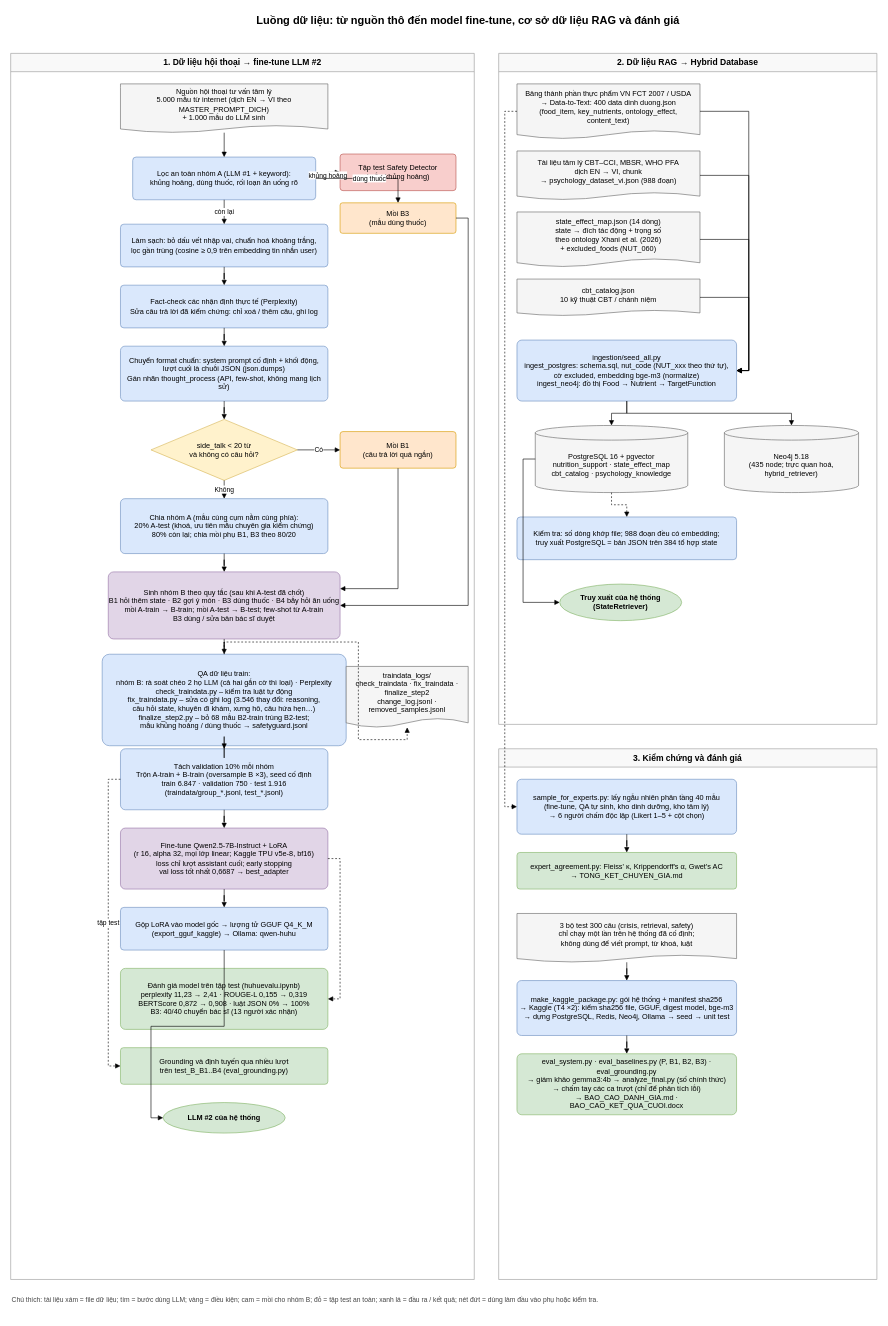
Thormia/modelHehe keeps this draw.io diagram as flowchart_du_lieu.drawio. Above is the earlier version. Source tidied: cells renumbered, new cells numbered last; positions are measured from the earlier drawing's top-left corner, leaving out a move shared by most shapes. Both pictures are drawn from the tidied source at 61%, with x=0, y=0 at pixel (10, 10).
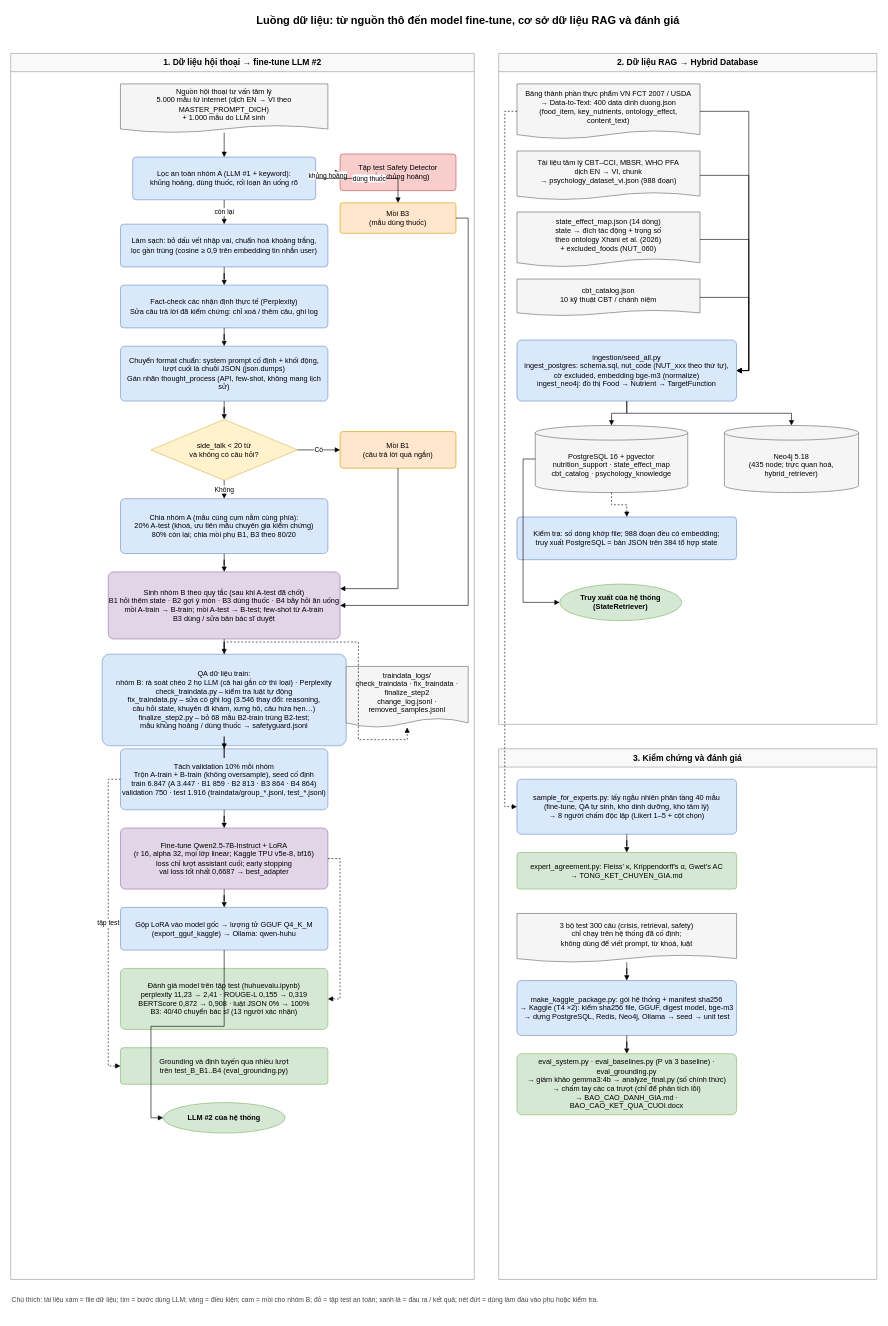
Above is the later version.

Commit message (it also covers changes not shown here):
Flowchart: sửa theo code hiện tại; idea.docx: train không oversample nhóm B

What changed in the source:
```diff
@@
-    <mxCell id="31" value="Tách validation 10% mỗi nhóm&lt;br&gt;Trộn A-train + B-train (oversample B ×3), seed cố định&lt;br&gt;train 6.847 · validation 750 · test 1.916&lt;br&gt;(traindata/group_*.jsonl, test_*.jsonl)" style="rounded=1;whiteSpace=wrap;html=1;fillColor=#dae8fc;strokeColor=#6c8ebf;arcSize=8;" parent="1" vertex="1">
+    <mxCell id="31" value="Tách validation 10% mỗi nhóm&lt;br&gt;Trộn A-train + B-train (không oversample), seed cố định&lt;br&gt;train 6.847 (A 3.447 · B1 859 · B2 813 · B3 864 · B4 864)&lt;br&gt;validation 750 · test 1.916 (traindata/group_*.jsonl, test_*.jsonl)" style="rounded=1;whiteSpace=wrap;html=1;fillColor=#dae8fc;strokeColor=#6c8ebf;arcSize=8;" parent="1" vertex="1">
       <mxGeometry x="180" y="1210" width="340" height="100" as="geometry" />
     </mxCell>
@@
-    <mxCell id="62" value="sample_for_experts.py: lấy ngẫu nhiên phân tầng 40 mẫu&lt;br&gt;(fine-tune, QA tự sinh, kho dinh dưỡng, kho tâm lý)&lt;br&gt;→ 6 người chấm độc lập (Likert 1–5 + cột chọn)" style="rounded=1;whiteSpace=wrap;html=1;fillColor=#dae8fc;strokeColor=#6c8ebf;arcSize=8;" parent="1" vertex="1">
+    <mxCell id="62" value="sample_for_experts.py: lấy ngẫu nhiên phân tầng 40 mẫu&lt;br&gt;(fine-tune, QA tự sinh, kho dinh dưỡng, kho tâm lý)&lt;br&gt;→ 8 người chấm độc lập (Likert 1–5 + cột chọn)" style="rounded=1;whiteSpace=wrap;html=1;fillColor=#dae8fc;strokeColor=#6c8ebf;arcSize=8;" parent="1" vertex="1">
       <mxGeometry x="830" y="1260" width="360" height="90" as="geometry" />
     </mxCell>
@@
-    <mxCell id="66" value="3 bộ test 300 câu (crisis, retrieval, safety)&lt;br&gt;chỉ chạy một lần trên hệ thống đã cố định;&lt;br&gt;không dùng để viết prompt, từ khoá, luật" style="shape=document;whiteSpace=wrap;html=1;boundedLbl=1;fillColor=#f5f5f5;strokeColor=#666666;size=0.15;" parent="1" vertex="1">
+    <mxCell id="66" value="3 bộ test 300 câu (crisis, retrieval, safety)&lt;br&gt;chỉ chạy trên hệ thống đã cố định;&lt;br&gt;không dùng để viết prompt, từ khoá, luật" style="shape=document;whiteSpace=wrap;html=1;boundedLbl=1;fillColor=#f5f5f5;strokeColor=#666666;size=0.15;" parent="1" vertex="1">
       <mxGeometry x="830" y="1480" width="360" height="80" as="geometry" />
     </mxCell>
@@
-    <mxCell id="69" value="eval_system.py · eval_baselines.py (P, B1, B2, B3) · eval_grounding.py&lt;br&gt;→ giám khảo gemma3:4b → analyze_final.py (số chính thức)&lt;br&gt;→ chấm tay các ca trượt (chỉ để phân tích lỗi)&lt;br&gt;→ BAO_CAO_DANH_GIA.md · BAO_CAO_KET_QUA_CUOI.docx" style="rounded=1;whiteSpace=wrap;html=1;fillColor=#d5e8d4;strokeColor=#82b366;arcSize=8;" parent="1" vertex="1">
+    <mxCell id="69" value="eval_system.py · eval_baselines.py (P và 3 baseline) · eval_grounding.py&lt;br&gt;→ giám khảo gemma3:4b → analyze_final.py (số chính thức)&lt;br&gt;→ chấm tay các ca trượt (chỉ để phân tích lỗi)&lt;br&gt;→ BAO_CAO_DANH_GIA.md · BAO_CAO_KET_QUA_CUOI.docx" style="rounded=1;whiteSpace=wrap;html=1;fillColor=#d5e8d4;strokeColor=#82b366;arcSize=8;" parent="1" vertex="1">
       <mxGeometry x="830" y="1710" width="360" height="100" as="geometry" />
     </mxCell>
```
